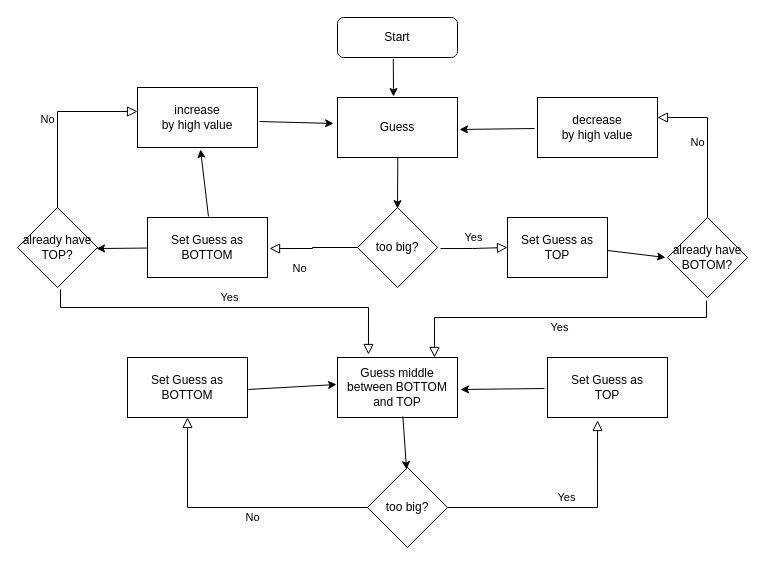
Earlier version of the draw.io diagram fyzam/Guessing_Game/User_Strategy.drawio (cf-student-5731/CFLMS-DataStruct-Alghoritm-DAY01-Pirkner-fyzam). Source tidied: cells renumbered, new cells numbered last; positions are measured from the earlier drawing's top-left corner, leaving out a move shared by most shapes. Both pictures are drawn from the tidied source at 100%, with x=0, y=0 at pixel (17, 17).
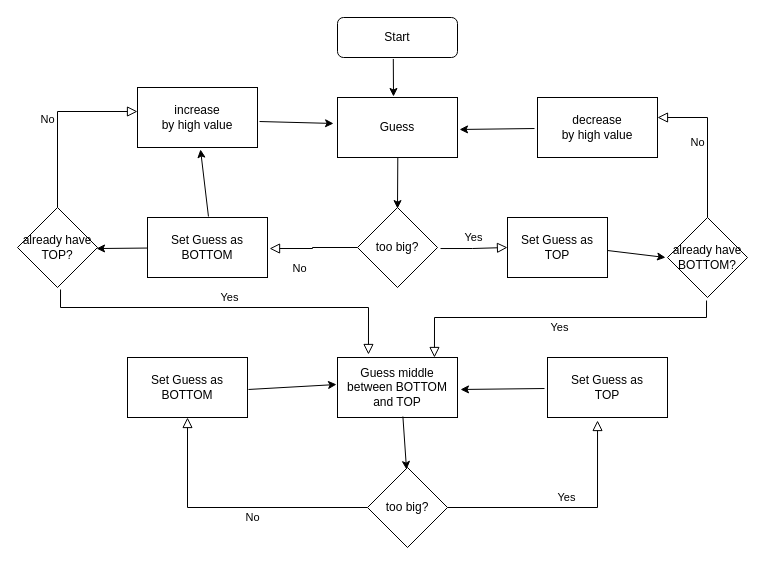
The same page after the edit.

Commit message (it also covers changes not shown here):
user Strategy added

Change to the diagram source:
```diff
@@
-    <mxCell id="22" value="already have&lt;br&gt;BOTOM?" style="rhombus;whiteSpace=wrap;html=1;" parent="1" vertex="1">
+    <mxCell id="22" value="already have&lt;br&gt;BOTTOM?" style="rhombus;whiteSpace=wrap;html=1;" parent="1" vertex="1">
       <mxGeometry x="650" y="200" width="80" height="80" as="geometry" />
     </mxCell>
```
